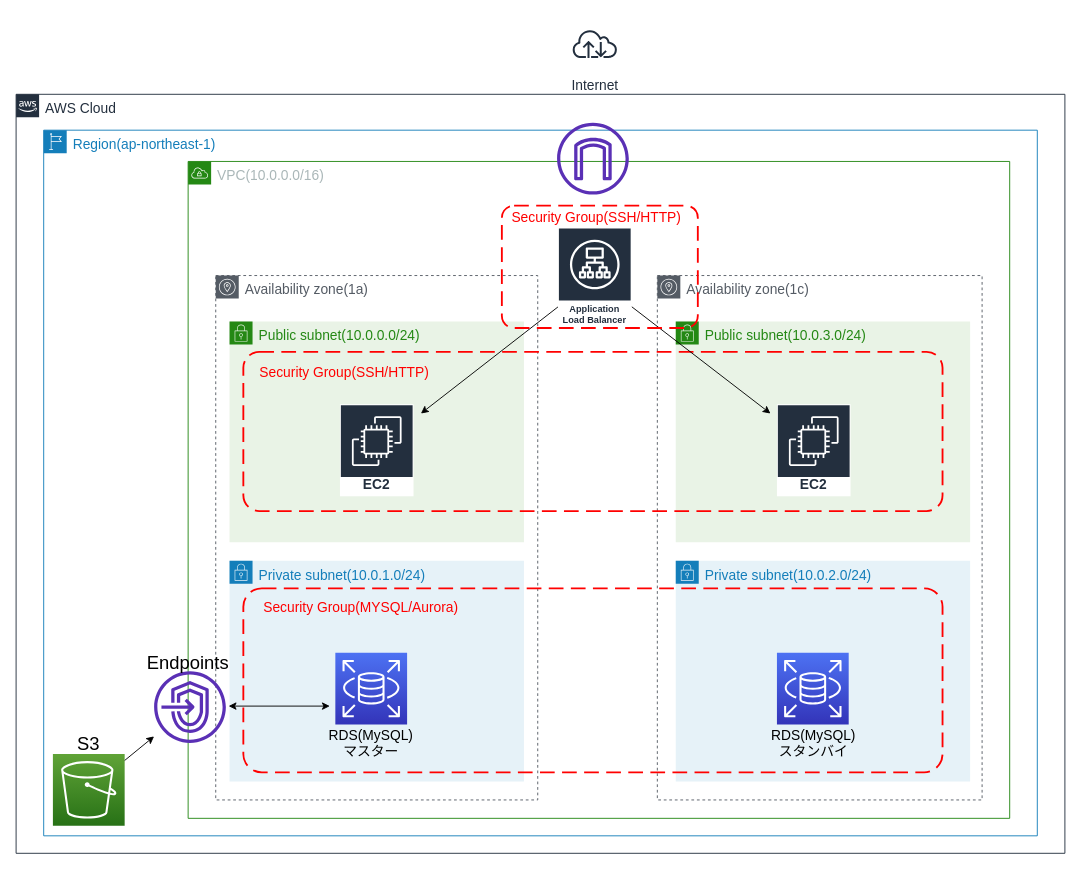
Above: page "Page-1" (1 of 3) of ELB&S3.drawio in takao0513yamada/toy_app (draw.io), before the change. Source tidied: cells renumbered, new cells numbered last; positions are measured from the earlier drawing's top-left corner, leaving out a move shared by most shapes. Both pictures are drawn from the tidied source at 92%, with x=0, y=0 at pixel (16, 16).
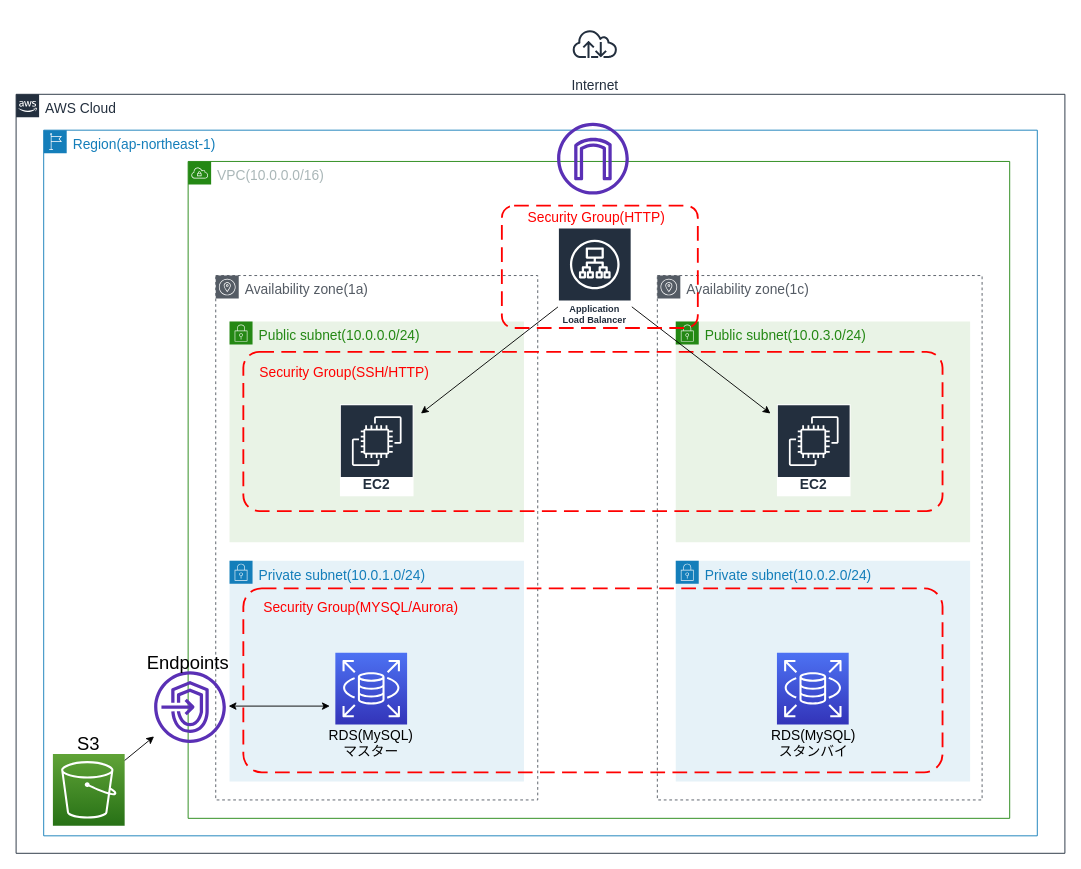
Above is the later version.

Commit message:
ELB&S3.drawio を更新します

The edit, as a diff of the source:
```diff
@@
-    <mxCell id="33" value="&lt;span style=&quot;font-size: 15px&quot;&gt;&lt;font color=&quot;#ff0000&quot;&gt;Security Group(SSH/HTTP)&lt;/font&gt;&lt;/span&gt;" style="text;html=1;strokeColor=none;fillColor=none;align=center;verticalAlign=middle;whiteSpace=wrap;rounded=0;" parent="1" vertex="1">
+    <mxCell id="33" value="&lt;span style=&quot;font-size: 15px&quot;&gt;&lt;font color=&quot;#ff0000&quot;&gt;Security Group(HTTP)&lt;/font&gt;&lt;/span&gt;" style="text;html=1;strokeColor=none;fillColor=none;align=center;verticalAlign=middle;whiteSpace=wrap;rounded=0;" parent="1" vertex="1">
       <mxGeometry x="531" y="206" width="200" height="23" as="geometry" />
     </mxCell>
```
